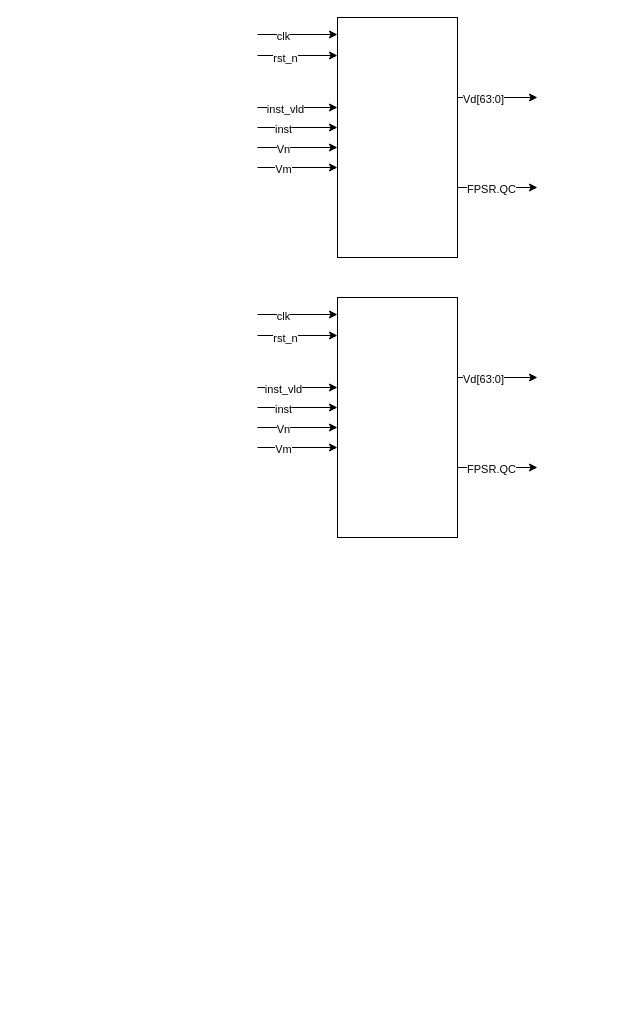
The draw.io diagram page "shift接口" (5 of 7) of 未命名绘图.drawio in xiaoqiangshijie/BRU, before the edit. Source tidied: cells renumbered, new cells numbered last; positions are measured from the earlier drawing's top-left corner, leaving out a move shared by most shapes. Both pictures are drawn from the tidied source at 100%, with x=0, y=0 at pixel (257, 17).
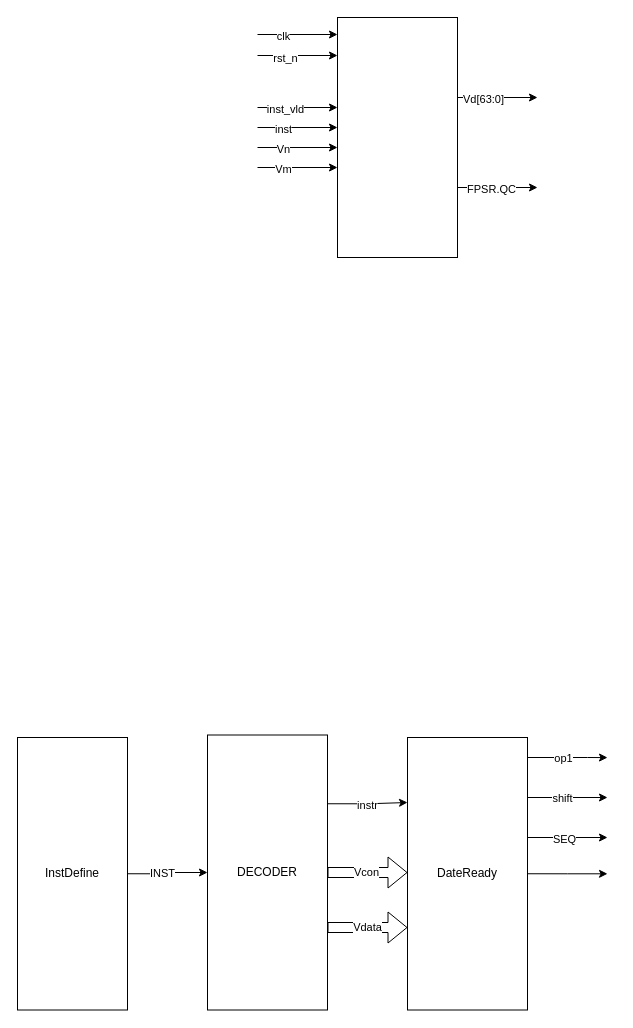
Above is the later version.

Commit message:
更新未命名绘图.drawio

What changed in the source:
```diff
@@
-    <mxCell id="19" style="rounded=0;whiteSpace=wrap;html=1;" parent="1" vertex="1">
-      <mxGeometry x="80" y="280" width="120" height="240" as="geometry" />
-    </mxCell>
-    <mxCell id="20" style="edgeStyle=none;orthogonalLoop=1;jettySize=auto;html=1;rounded=0;" parent="1" edge="1">
-      <mxGeometry relative="1" as="geometry">
-        <mxPoint y="297" as="sourcePoint" />
-        <mxPoint x="80" y="297" as="targetPoint" />
-      </mxGeometry>
-    </mxCell>
-    <mxCell id="21" value="clk" style="edgeLabel;html=1;align=center;verticalAlign=middle;" parent="20" vertex="1">
-      <mxGeometry x="-0.6" y="-1" relative="1" as="geometry">
-        <mxPoint x="9" as="offset" />
-      </mxGeometry>
-    </mxCell>
-    <mxCell id="22" style="edgeStyle=none;orthogonalLoop=1;jettySize=auto;html=1;rounded=0;" parent="1" edge="1">
-      <mxGeometry relative="1" as="geometry">
-        <mxPoint y="318" as="sourcePoint" />
-        <mxPoint x="80" y="318" as="targetPoint" />
-      </mxGeometry>
-    </mxCell>
-    <mxCell id="23" value="rst_n" style="edgeLabel;html=1;align=center;verticalAlign=middle;" parent="22" vertex="1">
-      <mxGeometry x="-0.33" y="-2" relative="1" as="geometry" />
-    </mxCell>
-    <mxCell id="24" style="edgeStyle=none;orthogonalLoop=1;jettySize=auto;html=1;rounded=0;" parent="1" edge="1">
-      <mxGeometry relative="1" as="geometry">
-        <mxPoint y="390" as="sourcePoint" />
-        <mxPoint x="80" y="390" as="targetPoint" />
-      </mxGeometry>
-    </mxCell>
-    <mxCell id="25" value="inst" style="edgeLabel;html=1;align=center;verticalAlign=middle;" parent="24" vertex="1">
-      <mxGeometry x="-0.6" y="-1" relative="1" as="geometry">
-        <mxPoint x="9" as="offset" />
-      </mxGeometry>
-    </mxCell>
-    <mxCell id="26" style="edgeStyle=none;orthogonalLoop=1;jettySize=auto;html=1;rounded=0;" parent="1" edge="1">
-      <mxGeometry relative="1" as="geometry">
-        <mxPoint y="410" as="sourcePoint" />
-        <mxPoint x="80" y="410" as="targetPoint" />
-      </mxGeometry>
-    </mxCell>
-    <mxCell id="27" value="Vn" style="edgeLabel;html=1;align=center;verticalAlign=middle;" parent="26" vertex="1">
-      <mxGeometry x="-0.6" y="-1" relative="1" as="geometry">
-        <mxPoint x="9" as="offset" />
-      </mxGeometry>
-    </mxCell>
-    <mxCell id="28" style="edgeStyle=none;orthogonalLoop=1;jettySize=auto;html=1;rounded=0;" parent="1" edge="1">
-      <mxGeometry relative="1" as="geometry">
-        <mxPoint y="430" as="sourcePoint" />
-        <mxPoint x="80" y="430" as="targetPoint" />
-      </mxGeometry>
-    </mxCell>
-    <mxCell id="29" value="Vm" style="edgeLabel;html=1;align=center;verticalAlign=middle;" parent="28" vertex="1">
-      <mxGeometry x="-0.6" y="-1" relative="1" as="geometry">
-        <mxPoint x="9" as="offset" />
-      </mxGeometry>
-    </mxCell>
-    <mxCell id="30" style="edgeStyle=none;orthogonalLoop=1;jettySize=auto;html=1;rounded=0;" parent="1" edge="1">
-      <mxGeometry relative="1" as="geometry">
-        <mxPoint x="200" y="360" as="sourcePoint" />
-        <mxPoint x="280" y="360" as="targetPoint" />
-        <Array as="points">
-          <mxPoint x="240" y="360" />
-        </Array>
-      </mxGeometry>
-    </mxCell>
-    <mxCell id="31" value="Vd[63:0]" style="edgeLabel;html=1;align=center;verticalAlign=middle;" parent="30" vertex="1">
-      <mxGeometry x="-0.6" y="-1" relative="1" as="geometry">
-        <mxPoint x="9" as="offset" />
-      </mxGeometry>
-    </mxCell>
-    <mxCell id="32" style="edgeStyle=none;orthogonalLoop=1;jettySize=auto;html=1;rounded=0;" parent="1" edge="1">
-      <mxGeometry relative="1" as="geometry">
-        <mxPoint x="200" y="450" as="sourcePoint" />
-        <mxPoint x="280" y="450" as="targetPoint" />
-      </mxGeometry>
-    </mxCell>
-    <mxCell id="33" value="FPSR.QC" style="edgeLabel;html=1;align=center;verticalAlign=middle;" parent="32" vertex="1">
-      <mxGeometry x="-0.6" y="-1" relative="1" as="geometry">
-        <mxPoint x="17" as="offset" />
-      </mxGeometry>
-    </mxCell>
-    <mxCell id="34" style="edgeStyle=none;orthogonalLoop=1;jettySize=auto;html=1;rounded=0;" parent="1" edge="1">
-      <mxGeometry relative="1" as="geometry">
-        <mxPoint y="370" as="sourcePoint" />
-        <mxPoint x="80" y="370" as="targetPoint" />
-      </mxGeometry>
-    </mxCell>
-    <mxCell id="35" value="inst_vld" style="edgeLabel;html=1;align=center;verticalAlign=middle;" parent="34" vertex="1">
-      <mxGeometry x="-0.6" y="-1" relative="1" as="geometry">
-        <mxPoint x="9" as="offset" />
-      </mxGeometry>
-    </mxCell>
+    <mxCell id="36" style="edgeStyle=orthogonalEdgeStyle;rounded=0;jettySize=auto;html=1;exitX=1;exitY=0.25;exitDx=0;exitDy=0;" parent="1" edge="1" source="38">
+      <mxGeometry relative="1" as="geometry">
+        <mxPoint x="150" y="785" as="targetPoint" />
+      </mxGeometry>
+    </mxCell>
+    <mxCell id="37" value="instr" style="edgeLabel;html=1;align=center;verticalAlign=middle;" parent="36" vertex="1">
+      <mxGeometry x="-0.77" y="-1" relative="1" as="geometry">
+        <mxPoint x="31" as="offset" />
+      </mxGeometry>
+    </mxCell>
+    <mxCell id="38" value="DECODER" style="rounded=0;whiteSpace=wrap;html=1;" parent="1" vertex="1">
+      <mxGeometry x="-50" y="717.5" width="120" height="275" as="geometry" />
+    </mxCell>
+    <mxCell id="39" style="edgeStyle=orthogonalEdgeStyle;rounded=0;jettySize=auto;html=1;entryX=0;entryY=0.5;entryDx=0;entryDy=0;exitX=1;exitY=0.5;exitDx=0;exitDy=0;" parent="1" edge="1" source="41" target="38">
+      <mxGeometry relative="1" as="geometry" />
+    </mxCell>
+    <mxCell id="40" value="INST" style="edgeLabel;html=1;align=center;verticalAlign=middle;" parent="39" vertex="1">
+      <mxGeometry x="-0.37" y="1" relative="1" as="geometry">
+        <mxPoint x="8" as="offset" />
+      </mxGeometry>
+    </mxCell>
+    <mxCell id="41" value="InstDefine" style="rounded=0;whiteSpace=wrap;html=1;" parent="1" vertex="1">
+      <mxGeometry x="-240" y="720" width="110" height="272.5" as="geometry" />
+    </mxCell>
+    <mxCell id="42" style="shape=flexArrow;endArrow=classic;html=1;rounded=0;exitX=1;exitY=0.5;exitDx=0;exitDy=0;" parent="1" edge="1" source="38">
+      <mxGeometry relative="1" as="geometry">
+        <mxPoint x="150" y="855" as="targetPoint" />
+      </mxGeometry>
+    </mxCell>
+    <mxCell id="43" value="Vcon" style="edgeLabel;html=1;align=center;verticalAlign=middle;" parent="42" vertex="1">
+      <mxGeometry x="-0.17" y="-1" relative="1" as="geometry">
+        <mxPoint x="5" y="-2" as="offset" />
+      </mxGeometry>
+    </mxCell>
+    <mxCell id="44" style="edgeStyle=orthogonalEdgeStyle;rounded=0;jettySize=auto;html=1;exitX=1;exitY=0.25;exitDx=0;exitDy=0;" parent="1" edge="1" source="47">
+      <mxGeometry relative="1" as="geometry">
+        <mxPoint x="350" y="780" as="targetPoint" />
+        <Array as="points">
+          <mxPoint x="270" y="780" />
+          <mxPoint x="350" y="780" />
+        </Array>
+      </mxGeometry>
+    </mxCell>
+    <mxCell id="45" value="shift" style="edgeLabel;html=1;align=center;verticalAlign=middle;" parent="44" vertex="1">
+      <mxGeometry x="-0.2" relative="1" as="geometry">
+        <mxPoint x="8" as="offset" />
+      </mxGeometry>
+    </mxCell>
+    <mxCell id="46" style="edgeStyle=orthogonalEdgeStyle;rounded=0;jettySize=auto;html=1;exitX=1;exitY=0.5;exitDx=0;exitDy=0;" parent="1" edge="1" source="47">
+      <mxGeometry relative="1" as="geometry">
+        <mxPoint x="350" y="856.3" as="targetPoint" />
+      </mxGeometry>
+    </mxCell>
+    <mxCell id="47" value="DateReady" style="rounded=0;whiteSpace=wrap;html=1;" parent="1" vertex="1">
+      <mxGeometry x="150" y="720" width="120" height="272.5" as="geometry" />
+    </mxCell>
+    <mxCell id="48" style="edgeStyle=orthogonalEdgeStyle;rounded=0;orthogonalLoop=1;jettySize=auto;html=1;exitX=1;exitY=0.25;exitDx=0;exitDy=0;" parent="1" edge="1">
+      <mxGeometry relative="1" as="geometry">
+        <mxPoint x="270" y="740" as="sourcePoint" />
+        <mxPoint x="350" y="740.1" as="targetPoint" />
+        <Array as="points">
+          <mxPoint x="330" y="739.9" />
+          <mxPoint x="330" y="739.9" />
+        </Array>
+      </mxGeometry>
+    </mxCell>
+    <mxCell id="49" value="op1" style="edgeLabel;html=1;align=center;verticalAlign=middle;" parent="48" vertex="1">
+      <mxGeometry x="-0.24" relative="1" as="geometry">
+        <mxPoint x="5" as="offset" />
+      </mxGeometry>
+    </mxCell>
+    <mxCell id="50" style="edgeStyle=orthogonalEdgeStyle;rounded=0;orthogonalLoop=1;jettySize=auto;html=1;exitX=1;exitY=0.5;exitDx=0;exitDy=0;" parent="1" edge="1">
+      <mxGeometry relative="1" as="geometry">
+        <mxPoint x="270" y="820" as="sourcePoint" />
+        <mxPoint x="350" y="820" as="targetPoint" />
+      </mxGeometry>
+    </mxCell>
+    <mxCell id="51" value="SEQ" style="edgeLabel;html=1;align=center;verticalAlign=middle;" parent="50" vertex="1">
+      <mxGeometry x="-0.09" y="-1" relative="1" as="geometry" />
+    </mxCell>
+    <mxCell id="52" value="Vdata" style="shape=flexArrow;endArrow=classic;html=1;rounded=0;exitX=1;exitY=0.5;exitDx=0;exitDy=0;" parent="1" edge="1">
+      <mxGeometry relative="1" as="geometry">
+        <mxPoint x="70" y="910" as="sourcePoint" />
+        <mxPoint x="150" y="910" as="targetPoint" />
+      </mxGeometry>
+    </mxCell>
```
